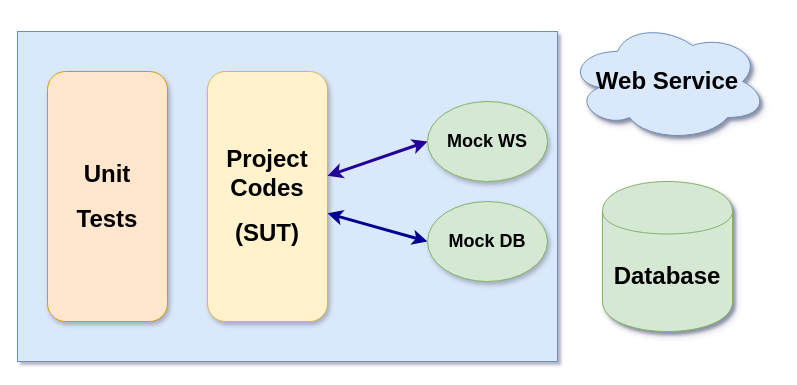
Before: _src/mock_diagram_using.drawio in hoadh/JUnit-Tutorials, a draw.io diagram. Source tidied: cells renumbered, new cells numbered last; positions are measured from the earlier drawing's top-left corner, leaving out a move shared by most shapes. Both pictures are drawn from the tidied source at 100%, with x=0, y=0 at pixel (17, 21).
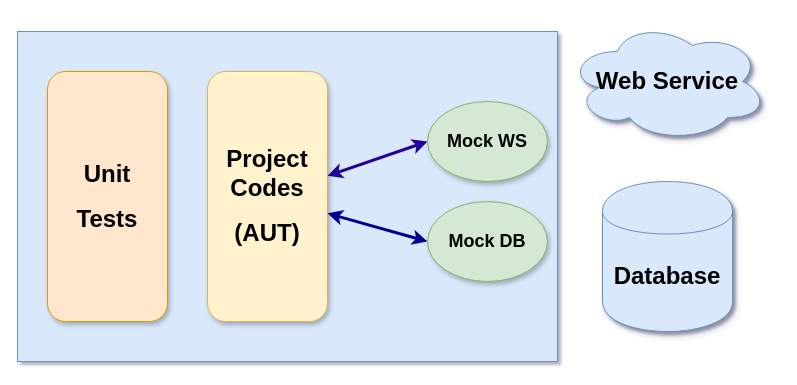
Above is the later version.

Commit message (it also covers changes not shown here):
Cập nhật hình minh hoạ mock

Change to the diagram source:
```diff
@@
 <mxGraphModel shadow="1">
   <root>
     <mxCell id="0" />
     <mxCell id="1" parent="0" />
     <mxCell id="2" style="rounded=0;whiteSpace=wrap;html=1;fillColor=#dae8fc;strokeColor=#6c8ebf;" parent="1" vertex="1">
       <mxGeometry y="10" width="540" height="330" as="geometry" />
     </mxCell>
     <mxCell id="3" value="&lt;h1&gt;Unit&lt;/h1&gt;&lt;h1&gt;Tests&lt;/h1&gt;" style="rounded=1;whiteSpace=wrap;html=1;fillColor=#ffe6cc;strokeColor=#d79b00;shadow=1;comic=0;" parent="1" vertex="1">
       <mxGeometry x="30" y="50" width="120" height="250" as="geometry" />
     </mxCell>
-    <mxCell id="4" value="&lt;h1&gt;Project&lt;br&gt;Codes&lt;/h1&gt;&lt;h1&gt;(SUT)&lt;/h1&gt;" style="rounded=1;whiteSpace=wrap;html=1;fillColor=#fff2cc;strokeColor=#d6b656;shadow=1;" parent="1" vertex="1">
+    <mxCell id="4" value="&lt;h1&gt;Project&lt;br&gt;Codes&lt;/h1&gt;&lt;h1&gt;(AUT)&lt;/h1&gt;" style="rounded=1;whiteSpace=wrap;html=1;fillColor=#fff2cc;strokeColor=#d6b656;shadow=1;" parent="1" vertex="1">
       <mxGeometry x="190" y="50" width="120" height="250" as="geometry" />
     </mxCell>
     <mxCell id="5" style="edgeStyle=none;rounded=0;jettySize=auto;html=1;startArrow=classic;startFill=1;strokeColor=#000091;strokeWidth=3;exitX=0;exitY=0.5;exitDx=0;exitDy=0;" parent="1" edge="1" source="10" target="4">
       <mxGeometry relative="1" as="geometry" />
     </mxCell>
-    <mxCell id="6" value="&lt;h1&gt;Database&lt;/h1&gt;" style="shape=cylinder;whiteSpace=wrap;html=1;boundedLbl=1;backgroundOutline=1;shadow=1;comic=0;fillColor=#d5e8d4;strokeColor=#82b366;" parent="1" vertex="1">
+    <mxCell id="6" value="&lt;h1&gt;Database&lt;/h1&gt;" style="shape=cylinder;whiteSpace=wrap;html=1;boundedLbl=1;backgroundOutline=1;shadow=1;comic=0;fillColor=#dae8fc;strokeColor=#6c8ebf;" parent="1" vertex="1">
       <mxGeometry x="585" y="160" width="130" height="150" as="geometry" />
     </mxCell>
     <mxCell id="7" style="rounded=0;jettySize=auto;html=1;startArrow=classic;startFill=1;strokeWidth=3;strokeColor=#240099;exitX=0;exitY=0.5;exitDx=0;exitDy=0;" parent="1" edge="1" source="9" target="4">
       <mxGeometry relative="1" as="geometry" />
     </mxCell>
     <mxCell id="8" value="&lt;h1&gt;Web Service&lt;/h1&gt;" style="ellipse;shape=cloud;whiteSpace=wrap;html=1;shadow=1;comic=0;fillColor=#dae8fc;strokeColor=#6c8ebf;" parent="1" vertex="1">
       <mxGeometry x="550" width="200" height="120" as="geometry" />
     </mxCell>
     <mxCell id="9" value="&lt;h2&gt;Mock WS&lt;/h2&gt;" style="ellipse;whiteSpace=wrap;html=1;shadow=1;comic=0;fillColor=#d5e8d4;strokeColor=#82b366;" parent="1" vertex="1">
       <mxGeometry x="410" y="80" width="120" height="80" as="geometry" />
     </mxCell>
     <mxCell id="10" value="&lt;h2&gt;Mock DB&lt;/h2&gt;" style="ellipse;whiteSpace=wrap;html=1;shadow=1;comic=0;fillColor=#d5e8d4;strokeColor=#82b366;" parent="1" vertex="1">
       <mxGeometry x="410" y="180" width="120" height="80" as="geometry" />
     </mxCell>
   </root>
 </mxGraphModel>
```
